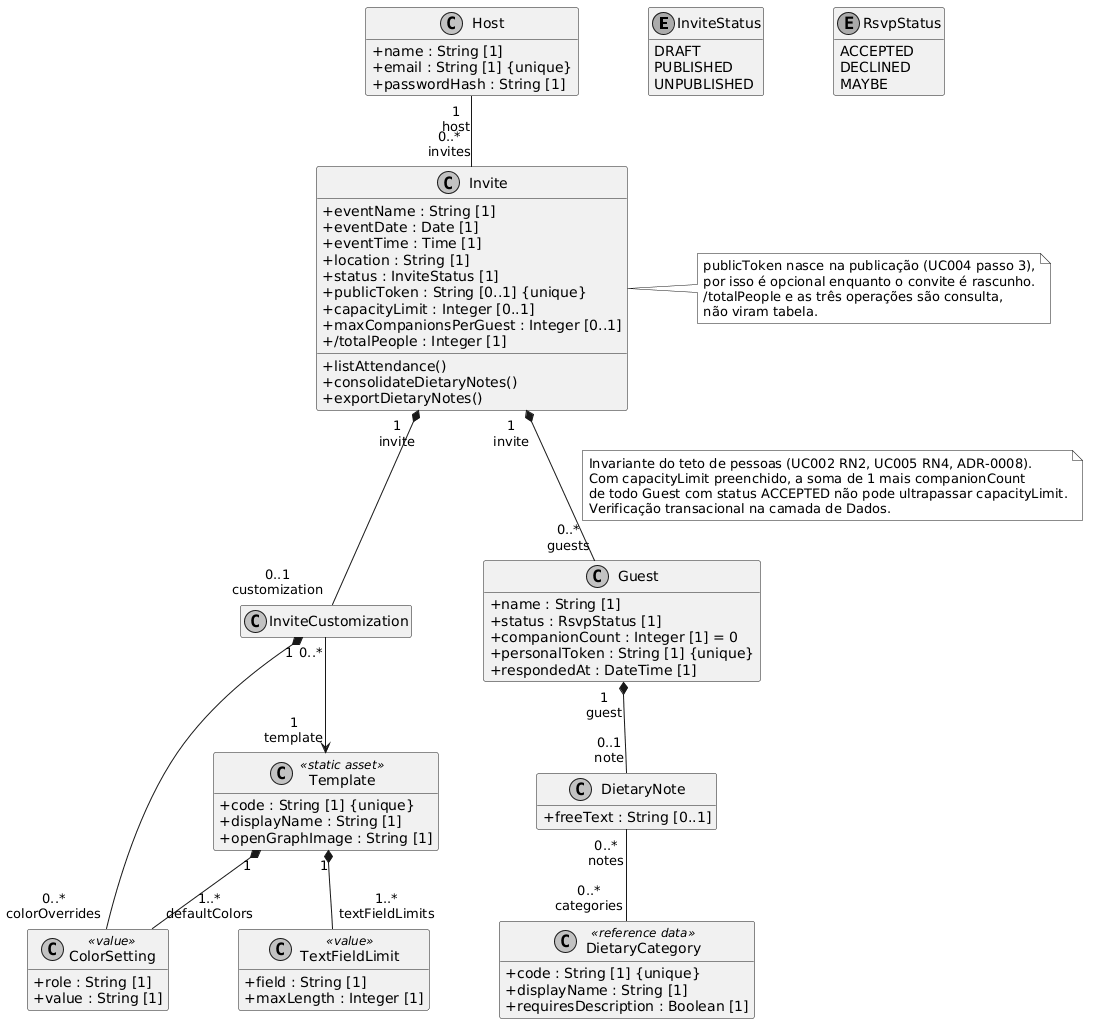
The PlantUML diagram docs/.attachments/diagrama-de-classes.png in tcpassos/invite-app, before a commit.
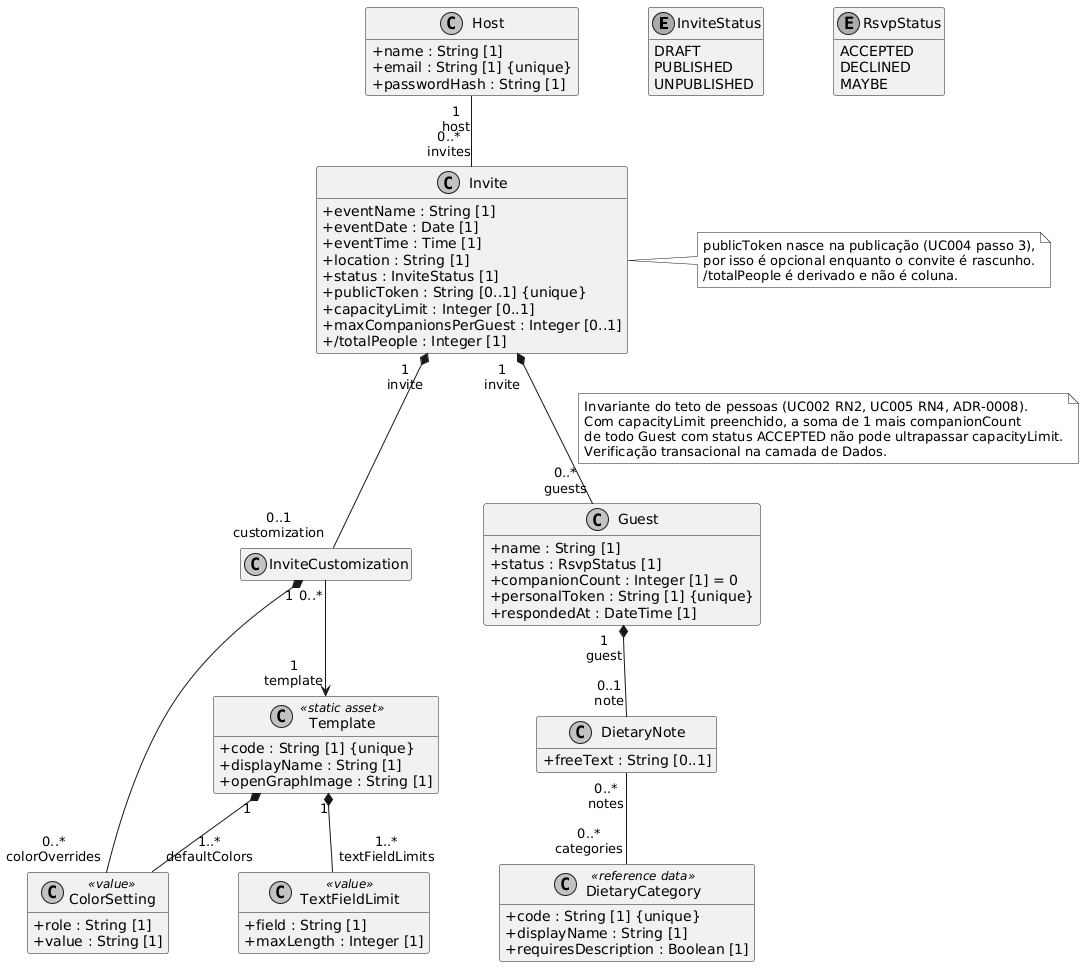
After the commit.

Commit message:
docs: remove as três consultas do painel da classe Invite

Diff of the diagram source:
```diff
@@ -35,9 +35,6 @@
   + capacityLimit : Integer [0..1]
   + maxCompanionsPerGuest : Integer [0..1]
   + /totalPeople : Integer [1]
-  + listAttendance()
-  + consolidateDietaryNotes()
-  + exportDietaryNotes()
 }
 
 class InviteCustomization {
@@ -104,8 +101,7 @@
 note right of Invite
   publicToken nasce na publicação (UC004 passo 3),
   por isso é opcional enquanto o convite é rascunho.
-  /totalPeople e as três operações são consulta,
-  não viram tabela.
+  /totalPeople é derivado e não é coluna.
 end note
 
 @enduml
```
